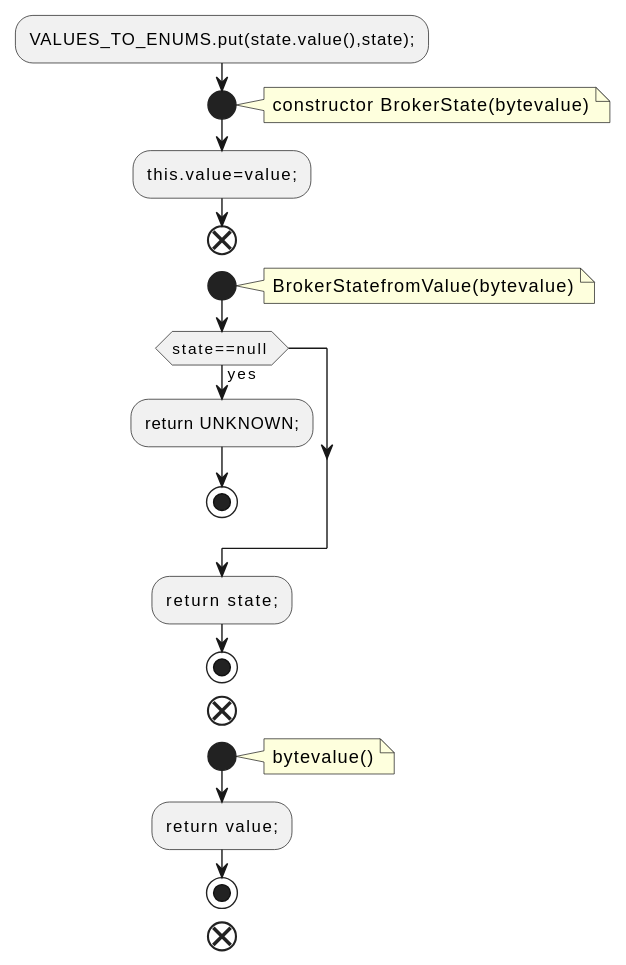
Above: docs/qc/metadata/src/main/java/org/apache/kafka/metadata/BrokerState.java.fct.svg in qualitesys/kafka (PlantUML), before the change.
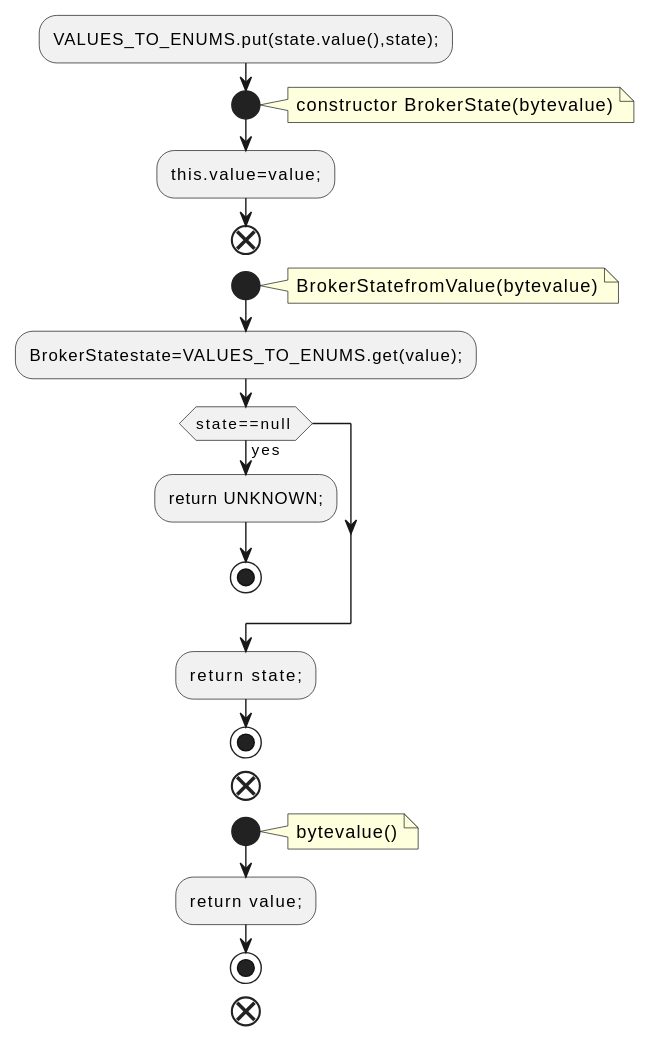
After the change.

What changed in the source:
```diff
@@ -11,6 +11,7 @@
 note right
 BrokerStatefromValue(bytevalue)
 end note
+:BrokerStatestate=VALUES_TO_ENUMS.get(value);;
 if (state==null ) then (yes)
 :return UNKNOWN;;
 stop
```
